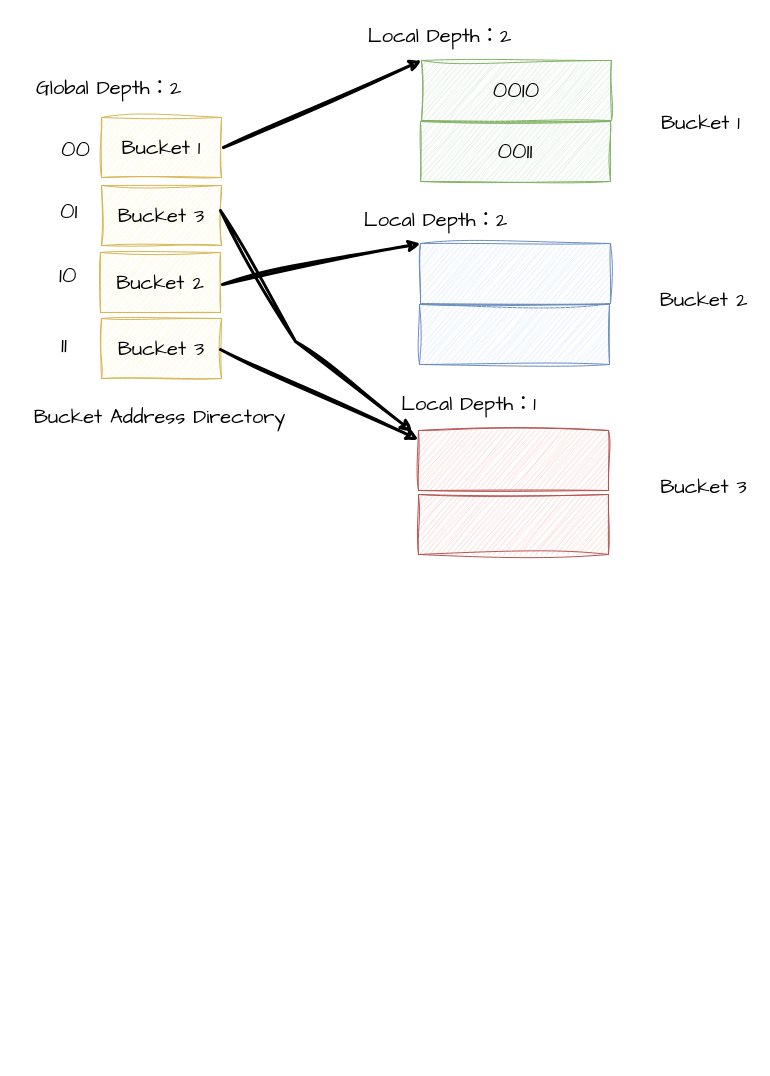
The draw.io diagram blog.drawio in juruo-c/DrawIo, before the edit. Source tidied: cells renumbered, new cells numbered last; positions are measured from the earlier drawing's top-left corner, leaving out a move shared by most shapes. Both pictures are drawn from the tidied source at 100%, with x=0, y=0 at pixel (23, 17).
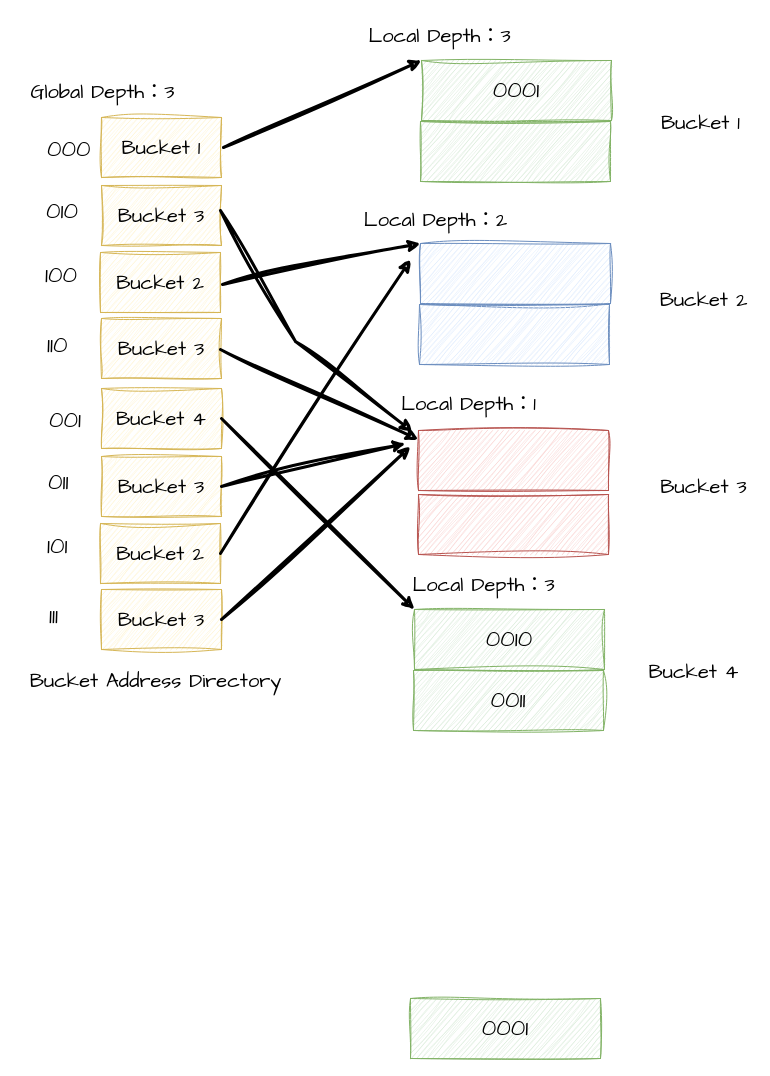
Above is the later version.

Change to the diagram source:
```diff
@@
-    <mxCell id="6" value="&lt;font&gt;&lt;span style=&quot;font-size: 23px;&quot;&gt;0010&lt;/span&gt;&lt;/font&gt;" style="rounded=0;whiteSpace=wrap;html=1;sketch=1;curveFitting=1;jiggle=2;fontFamily=Comic Sans MS;fillColor=#d5e8d4;strokeColor=#82b366;" parent="1" vertex="1">
+    <mxCell id="6" value="&lt;font&gt;&lt;span style=&quot;font-size: 23px;&quot;&gt;0001&lt;/span&gt;&lt;/font&gt;" style="rounded=0;whiteSpace=wrap;html=1;sketch=1;curveFitting=1;jiggle=2;fontFamily=Comic Sans MS;fillColor=#d5e8d4;strokeColor=#82b366;" parent="1" vertex="1">
       <mxGeometry x="398" y="43" width="190" height="60" as="geometry" />
     </mxCell>
@@
-    <mxCell id="8" value="&lt;font&gt;&lt;span style=&quot;font-size: 23px;&quot;&gt;0011&lt;/span&gt;&lt;/font&gt;" style="rounded=0;whiteSpace=wrap;html=1;sketch=1;curveFitting=1;jiggle=2;fontFamily=Comic Sans MS;fillColor=#d5e8d4;strokeColor=#82b366;" parent="1" vertex="1">
+    <mxCell id="8" style="rounded=0;whiteSpace=wrap;html=1;sketch=1;curveFitting=1;jiggle=2;fontFamily=Comic Sans MS;fillColor=#d5e8d4;strokeColor=#82b366;" parent="1" vertex="1">
       <mxGeometry x="397" y="104" width="190" height="60" as="geometry" />
     </mxCell>
@@
-    <mxCell id="11" value="&lt;font style=&quot;font-size: 20px;&quot;&gt;Global Depth：2&lt;/font&gt;" style="text;html=1;align=center;verticalAlign=middle;strokeColor=none;fillColor=none;fontFamily=Comic Sans MS;" parent="1" vertex="1">
-      <mxGeometry y="52" width="170" height="36" as="geometry" />
+    <mxCell id="11" value="&lt;font style=&quot;font-size: 20px;&quot;&gt;Global Depth：3&lt;/font&gt;" style="text;html=1;align=center;verticalAlign=middle;strokeColor=none;fillColor=none;fontFamily=Comic Sans MS;" parent="1" vertex="1">
+      <mxGeometry x="-6" y="56" width="170" height="36" as="geometry" />
     </mxCell>
@@
-    <mxCell id="13" value="&lt;font style=&quot;font-size: 20px;&quot;&gt;Local Depth：2&lt;/font&gt;" style="text;html=1;align=center;verticalAlign=middle;strokeColor=none;fillColor=none;fontFamily=Comic Sans MS;" parent="1" vertex="1">
+    <mxCell id="13" value="&lt;font style=&quot;font-size: 20px;&quot;&gt;Local Depth：3&lt;/font&gt;" style="text;html=1;align=center;verticalAlign=middle;strokeColor=none;fillColor=none;fontFamily=Comic Sans MS;" parent="1" vertex="1">
       <mxGeometry x="335" width="161" height="36" as="geometry" />
     </mxCell>
@@
     <mxCell id="23" value="&lt;font style=&quot;font-size: 20px;&quot;&gt;Bucket Address Directory&lt;/font&gt;" style="text;html=1;align=center;verticalAlign=middle;strokeColor=none;fillColor=none;fontFamily=Comic Sans MS;" parent="1" vertex="1">
-      <mxGeometry x="4" y="381" width="263" height="36" as="geometry" />
+      <mxGeometry y="645" width="263" height="36" as="geometry" />
     </mxCell>
-    <mxCell id="24" value="&lt;span style=&quot;color: rgb(0, 0, 0); font-family: &amp;quot;Comic Sans MS&amp;quot;; font-size: 23px; font-style: normal; font-variant-ligatures: normal; font-variant-caps: normal; font-weight: 400; letter-spacing: normal; orphans: 2; text-align: center; text-indent: 0px; text-transform: none; widows: 2; word-spacing: 0px; -webkit-text-stroke-width: 0px; background-color: rgb(255, 255, 255); text-decoration-thickness: initial; text-decoration-style: initial; text-decoration-color: initial; float: none; display: inline !important;&quot;&gt;00&lt;/span&gt;" style="text;whiteSpace=wrap;html=1;" parent="1" vertex="1">
-      <mxGeometry x="36" y="112" width="56" height="50" as="geometry" />
+    <mxCell id="24" value="&lt;span style=&quot;color: rgb(0, 0, 0); font-family: &amp;quot;Comic Sans MS&amp;quot;; font-size: 23px; font-style: normal; font-variant-ligatures: normal; font-variant-caps: normal; font-weight: 400; letter-spacing: normal; orphans: 2; text-align: center; text-indent: 0px; text-transform: none; widows: 2; word-spacing: 0px; -webkit-text-stroke-width: 0px; background-color: rgb(255, 255, 255); text-decoration-thickness: initial; text-decoration-style: initial; text-decoration-color: initial; float: none; display: inline !important;&quot;&gt;000&lt;/span&gt;" style="text;whiteSpace=wrap;html=1;" parent="1" vertex="1">
+      <mxGeometry x="22" y="112" width="56" height="50" as="geometry" />
     </mxCell>
-    <mxCell id="25" value="&lt;span style=&quot;color: rgb(0, 0, 0); font-family: &amp;quot;Comic Sans MS&amp;quot;; font-size: 23px; font-style: normal; font-variant-ligatures: normal; font-variant-caps: normal; font-weight: 400; letter-spacing: normal; orphans: 2; text-align: center; text-indent: 0px; text-transform: none; widows: 2; word-spacing: 0px; -webkit-text-stroke-width: 0px; background-color: rgb(255, 255, 255); text-decoration-thickness: initial; text-decoration-style: initial; text-decoration-color: initial; float: none; display: inline !important;&quot;&gt;01&lt;/span&gt;" style="text;whiteSpace=wrap;html=1;" parent="1" vertex="1">
-      <mxGeometry x="35" y="174" width="52" height="50" as="geometry" />
+    <mxCell id="25" value="&lt;span style=&quot;color: rgb(0, 0, 0); font-family: &amp;quot;Comic Sans MS&amp;quot;; font-size: 23px; font-style: normal; font-variant-ligatures: normal; font-variant-caps: normal; font-weight: 400; letter-spacing: normal; orphans: 2; text-align: center; text-indent: 0px; text-transform: none; widows: 2; word-spacing: 0px; -webkit-text-stroke-width: 0px; background-color: rgb(255, 255, 255); text-decoration-thickness: initial; text-decoration-style: initial; text-decoration-color: initial; float: none; display: inline !important;&quot;&gt;010&lt;/span&gt;" style="text;whiteSpace=wrap;html=1;" parent="1" vertex="1">
+      <mxGeometry x="21" y="174" width="52" height="50" as="geometry" />
     </mxCell>
-    <mxCell id="26" value="&lt;span style=&quot;color: rgb(0, 0, 0); font-family: &amp;quot;Comic Sans MS&amp;quot;; font-size: 23px; font-style: normal; font-variant-ligatures: normal; font-variant-caps: normal; font-weight: 400; letter-spacing: normal; orphans: 2; text-align: center; text-indent: 0px; text-transform: none; widows: 2; word-spacing: 0px; -webkit-text-stroke-width: 0px; background-color: rgb(255, 255, 255); text-decoration-thickness: initial; text-decoration-style: initial; text-decoration-color: initial; float: none; display: inline !important;&quot;&gt;10&lt;/span&gt;" style="text;whiteSpace=wrap;html=1;" parent="1" vertex="1">
-      <mxGeometry x="34" y="238" width="52" height="50" as="geometry" />
+    <mxCell id="26" value="&lt;span style=&quot;color: rgb(0, 0, 0); font-family: &amp;quot;Comic Sans MS&amp;quot;; font-size: 23px; font-style: normal; font-variant-ligatures: normal; font-variant-caps: normal; font-weight: 400; letter-spacing: normal; orphans: 2; text-align: center; text-indent: 0px; text-transform: none; widows: 2; word-spacing: 0px; -webkit-text-stroke-width: 0px; background-color: rgb(255, 255, 255); text-decoration-thickness: initial; text-decoration-style: initial; text-decoration-color: initial; float: none; display: inline !important;&quot;&gt;100&lt;/span&gt;" style="text;whiteSpace=wrap;html=1;" parent="1" vertex="1">
+      <mxGeometry x="20" y="238" width="52" height="50" as="geometry" />
     </mxCell>
-    <mxCell id="27" value="&lt;span style=&quot;color: rgb(0, 0, 0); font-family: &amp;quot;Comic Sans MS&amp;quot;; font-size: 23px; font-style: normal; font-variant-ligatures: normal; font-variant-caps: normal; font-weight: 400; letter-spacing: normal; orphans: 2; text-align: center; text-indent: 0px; text-transform: none; widows: 2; word-spacing: 0px; -webkit-text-stroke-width: 0px; background-color: rgb(255, 255, 255); text-decoration-thickness: initial; text-decoration-style: initial; text-decoration-color: initial; float: none; display: inline !important;&quot;&gt;11&lt;/span&gt;" style="text;whiteSpace=wrap;html=1;" parent="1" vertex="1">
-      <mxGeometry x="36" y="308" width="49" height="50" as="geometry" />
+    <mxCell id="27" value="&lt;span style=&quot;color: rgb(0, 0, 0); font-family: &amp;quot;Comic Sans MS&amp;quot;; font-size: 23px; font-style: normal; font-variant-ligatures: normal; font-variant-caps: normal; font-weight: 400; letter-spacing: normal; orphans: 2; text-align: center; text-indent: 0px; text-transform: none; widows: 2; word-spacing: 0px; -webkit-text-stroke-width: 0px; background-color: rgb(255, 255, 255); text-decoration-thickness: initial; text-decoration-style: initial; text-decoration-color: initial; float: none; display: inline !important;&quot;&gt;110&lt;/span&gt;" style="text;whiteSpace=wrap;html=1;" parent="1" vertex="1">
+      <mxGeometry x="22" y="308" width="49" height="50" as="geometry" />
     </mxCell>
+    <mxCell id="28" value="&lt;font&gt;&lt;span style=&quot;font-size: 23px;&quot;&gt;0001&lt;/span&gt;&lt;/font&gt;" style="rounded=0;whiteSpace=wrap;html=1;sketch=1;curveFitting=1;jiggle=2;fontFamily=Comic Sans MS;fillColor=#d5e8d4;strokeColor=#82b366;" parent="1" vertex="1">
+      <mxGeometry x="387" y="981" width="190" height="60" as="geometry" />
+    </mxCell>
+    <mxCell id="29" value="Bucket 4" style="rounded=0;whiteSpace=wrap;html=1;sketch=1;curveFitting=1;jiggle=2;fontFamily=Comic Sans MS;fillColor=#fff2cc;strokeColor=#d6b656;fontSize=20;" parent="1" vertex="1">
+      <mxGeometry x="78" y="371" width="120" height="60" as="geometry" />
+    </mxCell>
+    <mxCell id="30" value="Bucket 3" style="rounded=0;whiteSpace=wrap;html=1;sketch=1;curveFitting=1;jiggle=2;fontFamily=Comic Sans MS;fillColor=#fff2cc;strokeColor=#d6b656;fontSize=20;" parent="1" vertex="1">
+      <mxGeometry x="78" y="439" width="120" height="60" as="geometry" />
+    </mxCell>
+    <mxCell id="31" value="Bucket 2" style="rounded=0;whiteSpace=wrap;html=1;sketch=1;curveFitting=1;jiggle=2;fontFamily=Comic Sans MS;fillColor=#fff2cc;strokeColor=#d6b656;fontSize=20;" parent="1" vertex="1">
+      <mxGeometry x="77" y="506" width="120" height="60" as="geometry" />
+    </mxCell>
+    <mxCell id="32" value="Bucket 3" style="rounded=0;whiteSpace=wrap;html=1;sketch=1;curveFitting=1;jiggle=2;fontFamily=Comic Sans MS;fillColor=#fff2cc;strokeColor=#d6b656;fontSize=20;" parent="1" vertex="1">
+      <mxGeometry x="78" y="572" width="120" height="60" as="geometry" />
+    </mxCell>
+    <mxCell id="33" value="&lt;span style=&quot;color: rgb(0, 0, 0); font-family: &amp;quot;Comic Sans MS&amp;quot;; font-size: 23px; font-style: normal; font-variant-ligatures: normal; font-variant-caps: normal; font-weight: 400; letter-spacing: normal; orphans: 2; text-align: center; text-indent: 0px; text-transform: none; widows: 2; word-spacing: 0px; -webkit-text-stroke-width: 0px; background-color: rgb(255, 255, 255); text-decoration-thickness: initial; text-decoration-style: initial; text-decoration-color: initial; float: none; display: inline !important;&quot;&gt;001&lt;/span&gt;" style="text;whiteSpace=wrap;html=1;" parent="1" vertex="1">
+      <mxGeometry x="24" y="383" width="56" height="50" as="geometry" />
+    </mxCell>
+    <mxCell id="34" value="&lt;span style=&quot;color: rgb(0, 0, 0); font-family: &amp;quot;Comic Sans MS&amp;quot;; font-size: 23px; font-style: normal; font-variant-ligatures: normal; font-variant-caps: normal; font-weight: 400; letter-spacing: normal; orphans: 2; text-align: center; text-indent: 0px; text-transform: none; widows: 2; word-spacing: 0px; -webkit-text-stroke-width: 0px; background-color: rgb(255, 255, 255); text-decoration-thickness: initial; text-decoration-style: initial; text-decoration-color: initial; float: none; display: inline !important;&quot;&gt;011&lt;/span&gt;" style="text;whiteSpace=wrap;html=1;" parent="1" vertex="1">
+      <mxGeometry x="23" y="445" width="52" height="50" as="geometry" />
+    </mxCell>
+    <mxCell id="35" value="&lt;span style=&quot;color: rgb(0, 0, 0); font-family: &amp;quot;Comic Sans MS&amp;quot;; font-size: 23px; font-style: normal; font-variant-ligatures: normal; font-variant-caps: normal; font-weight: 400; letter-spacing: normal; orphans: 2; text-align: center; text-indent: 0px; text-transform: none; widows: 2; word-spacing: 0px; -webkit-text-stroke-width: 0px; background-color: rgb(255, 255, 255); text-decoration-thickness: initial; text-decoration-style: initial; text-decoration-color: initial; float: none; display: inline !important;&quot;&gt;101&lt;/span&gt;" style="text;whiteSpace=wrap;html=1;" parent="1" vertex="1">
+      <mxGeometry x="22" y="509" width="52" height="50" as="geometry" />
+    </mxCell>
+    <mxCell id="36" value="&lt;span style=&quot;color: rgb(0, 0, 0); font-family: &amp;quot;Comic Sans MS&amp;quot;; font-size: 23px; font-style: normal; font-variant-ligatures: normal; font-variant-caps: normal; font-weight: 400; letter-spacing: normal; orphans: 2; text-align: center; text-indent: 0px; text-transform: none; widows: 2; word-spacing: 0px; -webkit-text-stroke-width: 0px; background-color: rgb(255, 255, 255); text-decoration-thickness: initial; text-decoration-style: initial; text-decoration-color: initial; float: none; display: inline !important;&quot;&gt;111&lt;/span&gt;" style="text;whiteSpace=wrap;html=1;" parent="1" vertex="1">
+      <mxGeometry x="24" y="579" width="49" height="50" as="geometry" />
+    </mxCell>
+    <mxCell id="37" value="0010" style="rounded=0;whiteSpace=wrap;html=1;sketch=1;curveFitting=1;jiggle=2;fontFamily=Comic Sans MS;fillColor=#d5e8d4;strokeColor=#82b366;fontSize=23;" parent="1" vertex="1">
+      <mxGeometry x="391" y="592" width="190" height="60" as="geometry" />
+    </mxCell>
+    <mxCell id="38" value="0011" style="rounded=0;whiteSpace=wrap;html=1;sketch=1;curveFitting=1;jiggle=2;fontFamily=Comic Sans MS;fillColor=#d5e8d4;strokeColor=#82b366;fontSize=23;" parent="1" vertex="1">
+      <mxGeometry x="390" y="653" width="190" height="60" as="geometry" />
+    </mxCell>
+    <mxCell id="39" value="&lt;font style=&quot;font-size: 20px;&quot;&gt;Local Depth：3&lt;/font&gt;" style="text;html=1;align=center;verticalAlign=middle;strokeColor=none;fillColor=none;fontFamily=Comic Sans MS;" parent="1" vertex="1">
+      <mxGeometry x="379" y="549" width="161" height="36" as="geometry" />
+    </mxCell>
+    <mxCell id="40" value="&lt;font style=&quot;font-size: 20px;&quot;&gt;Bucket 4&lt;/font&gt;" style="text;html=1;align=center;verticalAlign=middle;strokeColor=none;fillColor=none;fontFamily=Comic Sans MS;" parent="1" vertex="1">
+      <mxGeometry x="619" y="636" width="101" height="36" as="geometry" />
+    </mxCell>
+    <mxCell id="41" style="endArrow=classic;html=1;rounded=0;sketch=1;curveFitting=1;jiggle=2;strokeWidth=3;exitX=1;exitY=0.5;exitDx=0;exitDy=0;" parent="1" edge="1" source="31">
+      <mxGeometry relative="1" as="geometry">
+        <mxPoint x="387" y="242" as="targetPoint" />
+      </mxGeometry>
+    </mxCell>
+    <mxCell id="42" style="endArrow=classic;html=1;rounded=0;sketch=1;curveFitting=1;jiggle=2;strokeWidth=3;exitX=1;exitY=0.5;exitDx=0;exitDy=0;" parent="1" edge="1" source="32">
+      <mxGeometry relative="1" as="geometry">
+        <mxPoint x="387" y="429" as="targetPoint" />
+      </mxGeometry>
+    </mxCell>
+    <mxCell id="43" style="endArrow=classic;html=1;rounded=0;sketch=1;curveFitting=1;jiggle=2;strokeWidth=3;exitX=1;exitY=0.5;exitDx=0;exitDy=0;" parent="1" edge="1" source="30">
+      <mxGeometry relative="1" as="geometry">
+        <mxPoint x="382" y="426" as="targetPoint" />
+      </mxGeometry>
+    </mxCell>
+    <mxCell id="44" style="endArrow=classic;html=1;rounded=0;sketch=1;curveFitting=1;jiggle=2;strokeWidth=3;entryX=0;entryY=0;entryDx=0;entryDy=0;exitX=1;exitY=0.5;exitDx=0;exitDy=0;" parent="1" edge="1" source="29" target="37">
+      <mxGeometry relative="1" as="geometry" />
+    </mxCell>
```
